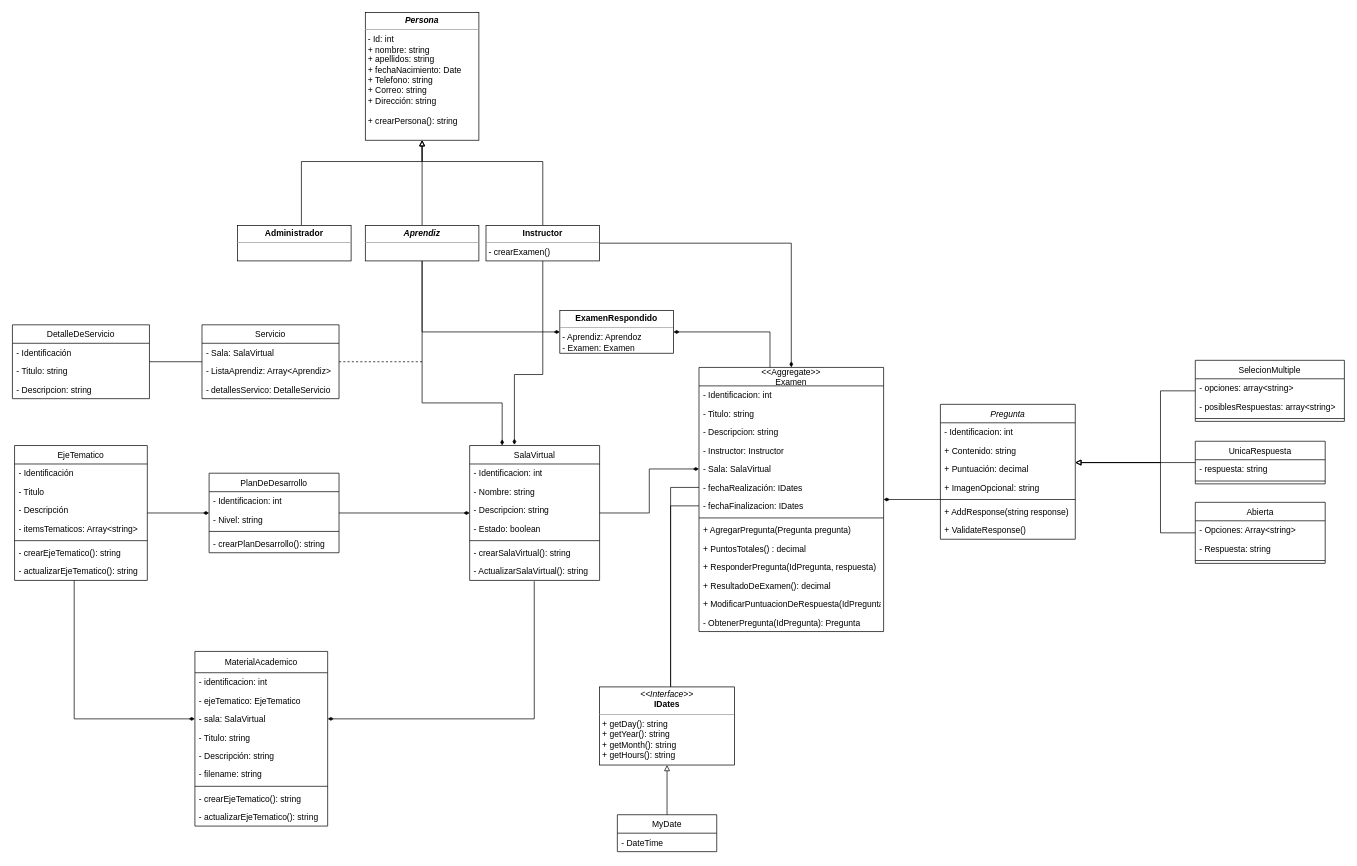
Roybermahe/StarDriver keeps this draw.io diagram as page "UML class" (1 of 2) of StarDriver.domain.core/ddd-diagram.dio. Above is the earlier version. Source tidied: cells renumbered, new cells numbered last; positions are measured from the earlier drawing's top-left corner, leaving out a move shared by most shapes. Both pictures are drawn from the tidied source at 71%, with x=0, y=0 at pixel (12, 12).
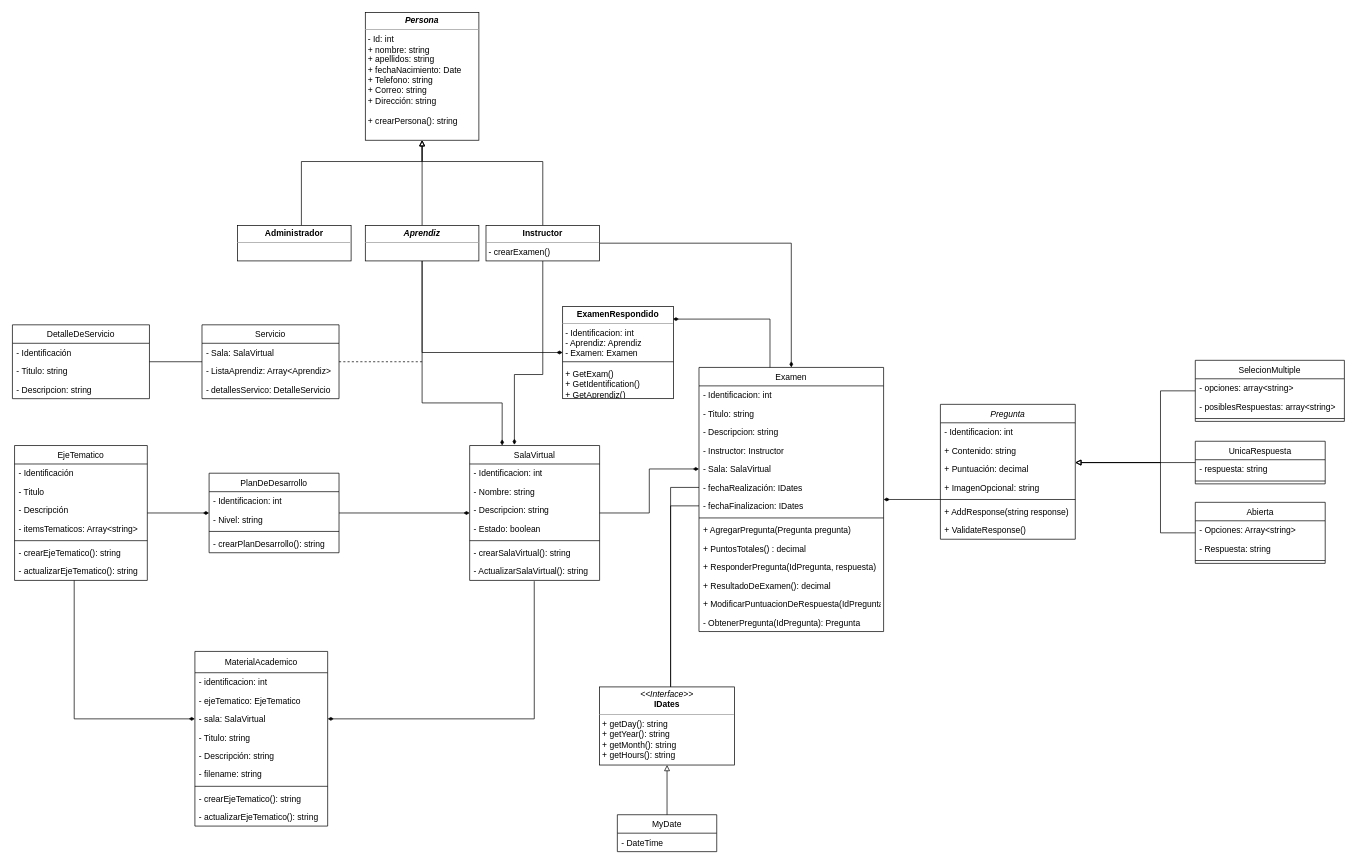
Above is the later version.

The change refers to these unchanged cells:
```xml
<mxCell id="11" value="&lt;p style=&quot;margin: 0px ; margin-top: 4px ; text-align: center&quot;&gt;&lt;b&gt;&lt;i&gt;Aprendiz&lt;/i&gt;&lt;/b&gt;&lt;/p&gt;&lt;hr size=&quot;1&quot;&gt;&lt;p style=&quot;box-sizing: content-box ; margin: 4px 0px 0px ; padding: 0px ; text-align: center&quot;&gt;&lt;/p&gt;&lt;p style=&quot;box-sizing: content-box ; margin: 0px 0px 0px 4px ; padding: 0px&quot;&gt;&lt;br&gt;&lt;/p&gt;&lt;p style=&quot;box-sizing: content-box ; margin: 0px 0px 0px 4px ; padding: 0px&quot;&gt;&lt;br&gt;&lt;/p&gt;&lt;hr size=&quot;1&quot; style=&quot;box-sizing: content-box ; margin: 0px ; padding: 0px ; height: 1px ; border: none&quot;&gt;&lt;p style=&quot;box-sizing: content-box ; margin: 0px 0px 0px 4px ; padding: 0px&quot;&gt;&lt;br&gt;&lt;/p&gt;&lt;p style=&quot;box-sizing: content-box ; margin: 0px 0px 0px 4px ; padding: 0px&quot;&gt;&lt;br&gt;&lt;/p&gt;" style="verticalAlign=top;align=left;overflow=fill;fontSize=12;fontFamily=Helvetica;html=1;" parent="1" vertex="1">
  <mxGeometry x="497" y="300" width="160" height="50" as="geometry" />
</mxCell>
```

Change to the diagram source:
```diff
@@
     <mxCell id="10" style="edgeStyle=orthogonalEdgeStyle;rounded=0;jettySize=auto;html=1;entryX=0;entryY=0.5;entryDx=0;entryDy=0;endArrow=diamondThin;endFill=1;" parent="1" edge="1" source="11" target="104">
       <mxGeometry relative="1" as="geometry">
         <Array as="points">
-          <mxPoint x="577" y="450" />
+          <mxPoint x="577" y="479" />
         </Array>
       </mxGeometry>
     </mxCell>
@@
-    <mxCell id="60" style="edgeStyle=orthogonalEdgeStyle;rounded=0;jettySize=auto;html=1;endArrow=diamondThin;endFill=1;entryX=1;entryY=0.5;entryDx=0;entryDy=0;" parent="1" edge="1" source="61" target="104">
+    <mxCell id="60" style="edgeStyle=orthogonalEdgeStyle;rounded=0;jettySize=auto;html=1;endArrow=diamondThin;endFill=1;entryX=0.994;entryY=0.138;entryDx=0;entryDy=0;entryPerimeter=0;" parent="1" edge="1" source="61" target="104">
       <mxGeometry relative="1" as="geometry">
         <Array as="points">
-          <mxPoint x="1067" y="450" />
+          <mxPoint x="1067" y="432" />
         </Array>
       </mxGeometry>
     </mxCell>
-    <mxCell id="61" value="&lt;&lt;Aggregate&gt;&gt;&#10;Examen" style="swimlane;fontStyle=0;horizontal=1;startSize=26;fillColor=none;" parent="1" vertex="1">
+    <mxCell id="61" value="Examen" style="swimlane;fontStyle=0;horizontal=1;startSize=26;fillColor=none;" parent="1" vertex="1">
       <mxGeometry x="967" y="500" width="260" height="372" as="geometry" />
     </mxCell>
@@
-    <mxCell id="104" value="&lt;p style=&quot;margin: 0px ; margin-top: 4px ; text-align: center&quot;&gt;&lt;b&gt;ExamenRespondido&lt;/b&gt;&lt;/p&gt;&lt;hr size=&quot;1&quot;&gt;&lt;p style=&quot;box-sizing: content-box ; margin: 4px 0px 0px ; padding: 0px ; text-align: center&quot;&gt;&lt;/p&gt;&lt;p style=&quot;box-sizing: content-box ; margin: 0px 0px 0px 4px ; padding: 0px&quot;&gt;- Aprendiz: Aprendoz&lt;/p&gt;&lt;p style=&quot;box-sizing: content-box ; margin: 0px 0px 0px 4px ; padding: 0px&quot;&gt;- Examen: Examen&lt;/p&gt;&lt;p style=&quot;box-sizing: content-box ; margin: 0px 0px 0px 4px ; padding: 0px&quot;&gt;&lt;br&gt;&lt;/p&gt;&lt;hr size=&quot;1&quot; style=&quot;box-sizing: content-box ; margin: 0px ; padding: 0px ; height: 1px ; border: none&quot;&gt;&lt;p style=&quot;box-sizing: content-box ; margin: 0px 0px 0px 4px ; padding: 0px&quot;&gt;&lt;br&gt;&lt;/p&gt;&lt;p style=&quot;box-sizing: content-box ; margin: 0px 0px 0px 4px ; padding: 0px&quot;&gt;&lt;br&gt;&lt;/p&gt;" style="verticalAlign=top;align=left;overflow=fill;fontSize=12;fontFamily=Helvetica;html=1;" parent="1" vertex="1">
-      <mxGeometry x="771" y="420" width="160" height="60" as="geometry" />
+    <mxCell id="104" value="&lt;p style=&quot;margin: 0px ; margin-top: 4px ; text-align: center&quot;&gt;&lt;b&gt;ExamenRespondido&lt;/b&gt;&lt;/p&gt;&lt;hr size=&quot;1&quot;&gt;&lt;p style=&quot;box-sizing: content-box ; margin: 4px 0px 0px ; padding: 0px ; text-align: center&quot;&gt;&lt;/p&gt;&lt;p style=&quot;box-sizing: content-box ; margin: 0px 0px 0px 4px ; padding: 0px&quot;&gt;- Identificacion: int&lt;/p&gt;&lt;p style=&quot;box-sizing: content-box ; margin: 0px 0px 0px 4px ; padding: 0px&quot;&gt;- Aprendiz: Aprendiz&lt;/p&gt;&lt;p style=&quot;box-sizing: content-box ; margin: 0px 0px 0px 4px ; padding: 0px&quot;&gt;- Examen: Examen&lt;/p&gt;&lt;p style=&quot;box-sizing: content-box ; margin: 0px 0px 0px 4px ; padding: 0px&quot;&gt;&lt;br&gt;&lt;/p&gt;&lt;p style=&quot;box-sizing: content-box ; margin: 0px 0px 0px 4px ; padding: 0px&quot;&gt;+ GetExam()&lt;/p&gt;&lt;p style=&quot;box-sizing: content-box ; margin: 0px 0px 0px 4px ; padding: 0px&quot;&gt;+ GetIdentification()&lt;/p&gt;&lt;p style=&quot;box-sizing: content-box ; margin: 0px 0px 0px 4px ; padding: 0px&quot;&gt;+ GetAprendiz()&lt;/p&gt;&lt;p style=&quot;box-sizing: content-box ; margin: 0px 0px 0px 4px ; padding: 0px&quot;&gt;&lt;br&gt;&lt;/p&gt;&lt;hr size=&quot;1&quot; style=&quot;box-sizing: content-box ; margin: 0px ; padding: 0px ; height: 1px ; border: none&quot;&gt;&lt;p style=&quot;box-sizing: content-box ; margin: 0px 0px 0px 4px ; padding: 0px&quot;&gt;&lt;br&gt;&lt;/p&gt;&lt;p style=&quot;box-sizing: content-box ; margin: 0px 0px 0px 4px ; padding: 0px&quot;&gt;&lt;br&gt;&lt;/p&gt;" style="verticalAlign=top;align=left;overflow=fill;fontSize=12;fontFamily=Helvetica;html=1;" parent="1" vertex="1">
+      <mxGeometry x="775" y="414" width="156" height="130" as="geometry" />
     </mxCell>
+    <mxCell id="105" style="line;strokeWidth=1;fillColor=none;align=left;verticalAlign=middle;spacingTop=-1;spacingLeft=3;spacingRight=3;labelPosition=right;" parent="1" vertex="1">
+      <mxGeometry x="775" y="488" width="156" height="8" as="geometry" />
+    </mxCell>
```
